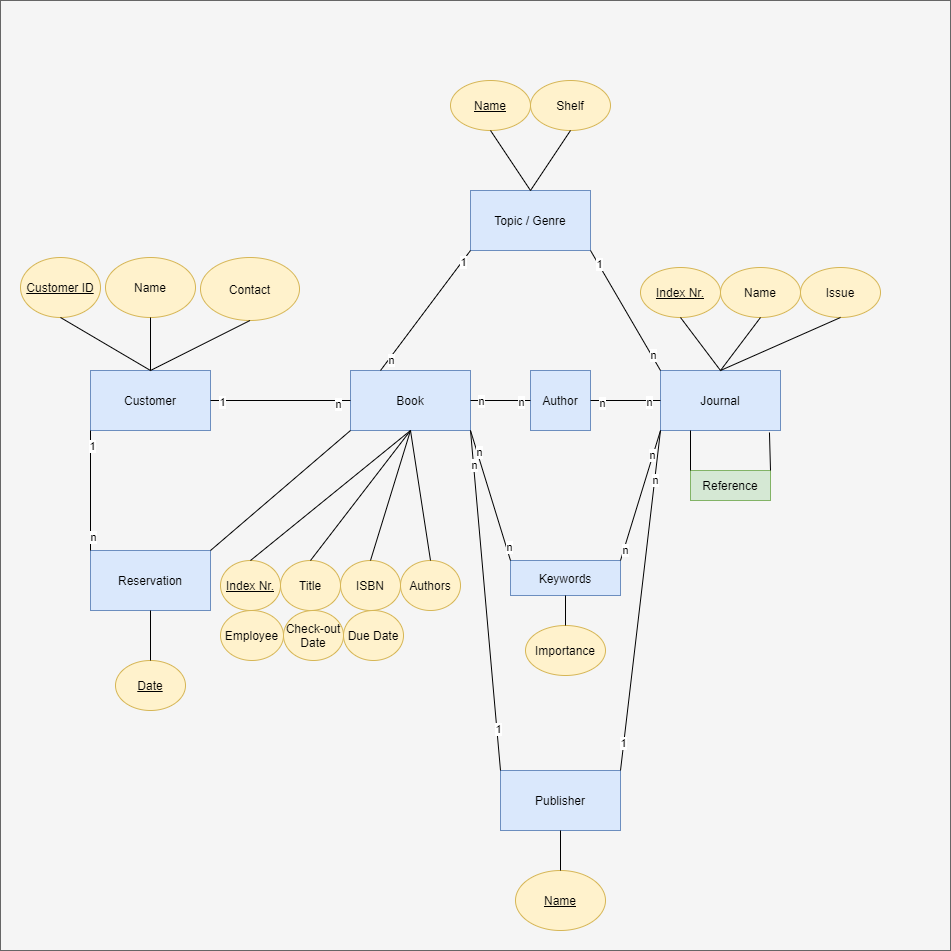
Earlier version of the draw.io export library.png (CODERS-BAY/library-erm-mightyllama). Source tidied: cells renumbered, new cells last; positions are measured from the earlier drawing's top-left corner, leaving out a move shared by most shapes.
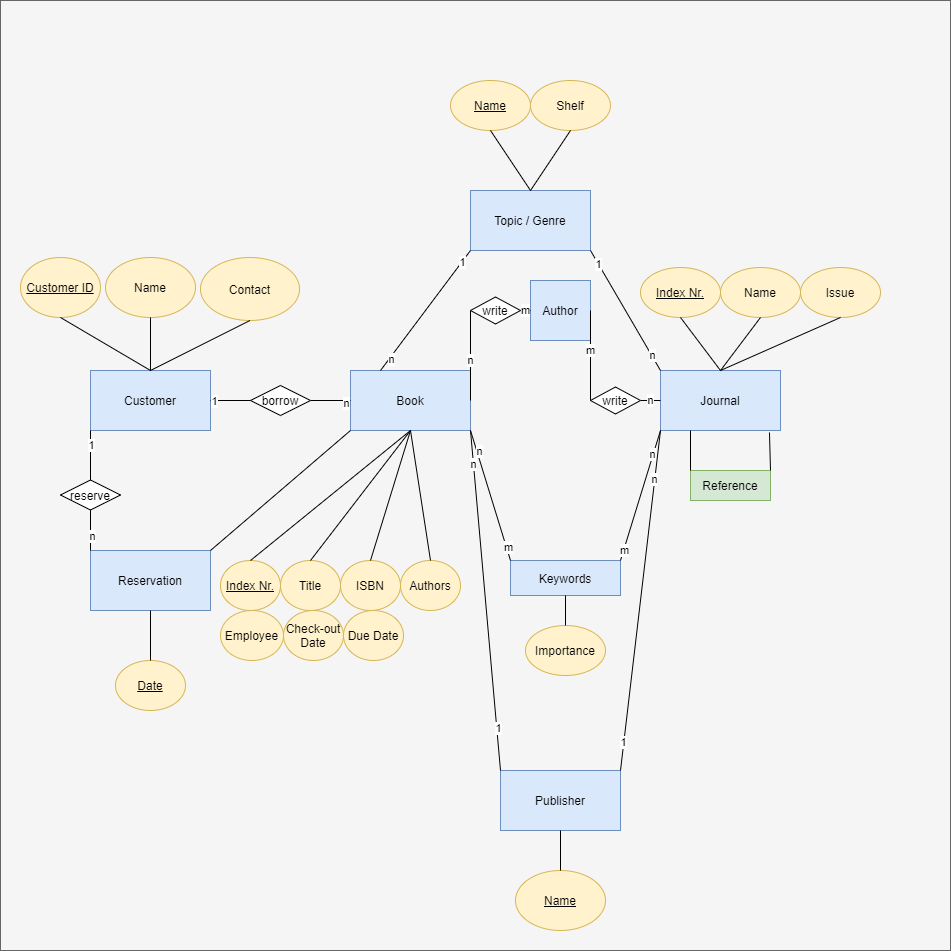
The same file after the commit.

The edit, as a diff of the source:
```diff
@@ -56,12 +56,9 @@
     <mxCell id="19" value="n" style="edgeLabel;html=1;align=center;verticalAlign=middle;" parent="17" vertex="1">
       <mxGeometry x="0.71" relative="1" as="geometry" />
     </mxCell>
-    <mxCell id="20" style="endArrow=none;html=1;exitX=1;exitY=0.5;exitDx=0;exitDy=0;" parent="1" edge="1" source="5" target="3">
+    <mxCell id="20" style="endArrow=none;html=1;exitX=1;exitY=0.5;exitDx=0;exitDy=0;" parent="1" edge="1" source="79" target="3">
       <mxGeometry relative="1" as="geometry" />
     </mxCell>
-    <mxCell id="21" value="1" style="edgeLabel;html=1;align=center;verticalAlign=middle;" parent="20" vertex="1">
-      <mxGeometry x="-0.84" y="-1" relative="1" as="geometry" />
-    </mxCell>
     <mxCell id="22" value="n" style="edgeLabel;html=1;align=center;verticalAlign=middle;" parent="20" vertex="1">
       <mxGeometry x="0.81" y="-3" relative="1" as="geometry" />
     </mxCell>
@@ -177,25 +174,23 @@
       <mxGeometry relative="1" as="geometry" />
     </mxCell>
     <mxCell id="58" value="Author" style="rounded=0;whiteSpace=wrap;html=1;fillColor=#dae8fc;strokeColor=#6c8ebf;" parent="1" vertex="1">
-      <mxGeometry x="530" y="370" width="60" height="60" as="geometry" />
+      <mxGeometry x="530" y="280" width="60" height="60" as="geometry" />
     </mxCell>
-    <mxCell id="59" style="endArrow=none;html=1;exitX=1;exitY=0.5;exitDx=0;exitDy=0;entryX=0;entryY=0.5;entryDx=0;entryDy=0;" parent="1" edge="1" source="3" target="58">
+    <mxCell id="59" style="endArrow=none;html=1;exitX=1;exitY=0.5;exitDx=0;exitDy=0;entryX=0;entryY=0.5;entryDx=0;entryDy=0;" parent="1" edge="1" source="82" target="58">
       <mxGeometry relative="1" as="geometry" />
     </mxCell>
-    <mxCell id="60" value="n" style="edgeLabel;html=1;align=center;verticalAlign=middle;" parent="59" vertex="1">
-      <mxGeometry x="0.67" y="-1" relative="1" as="geometry" />
+    <mxCell id="60" value="m" style="edgeLabel;html=1;align=center;verticalAlign=middle;" parent="59" vertex="1">
+      <mxGeometry x="0.67" y="-1" relative="1" as="geometry">
+        <mxPoint x="-3.6" y="-1" as="offset" />
+      </mxGeometry>
     </mxCell>
-    <mxCell id="61" value="n" style="edgeLabel;html=1;align=center;verticalAlign=middle;" parent="59" vertex="1">
-      <mxGeometry x="-0.67" relative="1" as="geometry" />
-    </mxCell>
-    <mxCell id="62" style="endArrow=none;html=1;exitX=1;exitY=0.5;exitDx=0;exitDy=0;entryX=0;entryY=0.5;entryDx=0;entryDy=0;" parent="1" edge="1" source="58" target="6">
+    <mxCell id="62" style="endArrow=none;html=1;exitX=1;exitY=0.5;exitDx=0;exitDy=0;entryX=0;entryY=0.5;entryDx=0;entryDy=0;" parent="1" edge="1" source="85" target="6">
       <mxGeometry relative="1" as="geometry" />
     </mxCell>
-    <mxCell id="63" value="n" style="edgeLabel;html=1;align=center;verticalAlign=middle;" parent="62" vertex="1">
-      <mxGeometry x="-0.69" y="-2" relative="1" as="geometry" />
-    </mxCell>
     <mxCell id="64" value="n" style="edgeLabel;html=1;align=center;verticalAlign=middle;" parent="62" vertex="1">
-      <mxGeometry x="0.66" y="-1" relative="1" as="geometry" />
+      <mxGeometry x="0.66" y="-1" relative="1" as="geometry">
+        <mxPoint x="-6.7" y="-1" as="offset" />
+      </mxGeometry>
     </mxCell>
     <mxCell id="65" value="Name" style="ellipse;whiteSpace=wrap;html=1;fillColor=#fff2cc;strokeColor=#d6b656;" parent="1" vertex="1">
       <mxGeometry x="720" y="267" width="80" height="50" as="geometry" />
@@ -229,7 +224,7 @@
     <mxCell id="74" value="n" style="edgeLabel;html=1;align=center;verticalAlign=middle;" parent="73" vertex="1">
       <mxGeometry x="0.67" y="-2" relative="1" as="geometry" />
     </mxCell>
-    <mxCell id="75" value="n" style="edgeLabel;html=1;align=center;verticalAlign=middle;" parent="73" vertex="1">
+    <mxCell id="75" value="m" style="edgeLabel;html=1;align=center;verticalAlign=middle;" parent="73" vertex="1">
       <mxGeometry x="-0.81" y="-2" relative="1" as="geometry" />
     </mxCell>
     <mxCell id="76" style="endArrow=none;html=1;exitX=1;exitY=0;exitDx=0;exitDy=0;entryX=0;entryY=1;entryDx=0;entryDy=0;" parent="1" edge="1" source="70" target="6">
@@ -240,8 +235,42 @@
         <mxPoint x="1" as="offset" />
       </mxGeometry>
     </mxCell>
-    <mxCell id="78" value="n" style="edgeLabel;html=1;align=center;verticalAlign=middle;" parent="76" vertex="1">
+    <mxCell id="78" value="m" style="edgeLabel;html=1;align=center;verticalAlign=middle;" parent="76" vertex="1">
       <mxGeometry x="-0.84" y="-1" relative="1" as="geometry" />
     </mxCell>
+    <mxCell id="79" value="borrow" style="rhombus;whiteSpace=wrap;html=1;" parent="1" vertex="1">
+      <mxGeometry x="250" y="385" width="60" height="30" as="geometry" />
+    </mxCell>
+    <mxCell id="80" style="endArrow=none;html=1;exitX=1;exitY=0.5;exitDx=0;exitDy=0;" parent="1" edge="1" source="5" target="79">
+      <mxGeometry relative="1" as="geometry" />
+    </mxCell>
+    <mxCell id="21" value="1" style="edgeLabel;html=1;align=center;verticalAlign=middle;" parent="80" vertex="1">
+      <mxGeometry x="-0.84" y="-1" relative="1" as="geometry" />
+    </mxCell>
+    <mxCell id="81" value="reserve" style="rhombus;whiteSpace=wrap;html=1;" parent="1" vertex="1">
+      <mxGeometry x="60" y="479.5" width="60" height="30" as="geometry" />
+    </mxCell>
+    <mxCell id="82" value="write" style="rhombus;whiteSpace=wrap;html=1;" parent="1" vertex="1">
+      <mxGeometry x="470" y="296.5" width="50" height="27" as="geometry" />
+    </mxCell>
+    <mxCell id="83" style="endArrow=none;html=1;exitX=1;exitY=0.5;exitDx=0;exitDy=0;entryX=0;entryY=0.5;entryDx=0;entryDy=0;" parent="1" edge="1" source="3" target="82">
+      <mxGeometry relative="1" as="geometry" />
+    </mxCell>
+    <mxCell id="84" value="n" style="edgeLabel;html=1;align=center;verticalAlign=middle;" parent="83" vertex="1">
+      <mxGeometry x="-0.67" relative="1" as="geometry">
+        <mxPoint y="-25.2" as="offset" />
+      </mxGeometry>
+    </mxCell>
+    <mxCell id="85" value="write" style="rhombus;whiteSpace=wrap;html=1;" parent="1" vertex="1">
+      <mxGeometry x="590" y="386.5" width="50" height="27" as="geometry" />
+    </mxCell>
+    <mxCell id="86" style="endArrow=none;html=1;exitX=1;exitY=0.5;exitDx=0;exitDy=0;entryX=0;entryY=0.5;entryDx=0;entryDy=0;" parent="1" edge="1" source="58" target="85">
+      <mxGeometry relative="1" as="geometry" />
+    </mxCell>
+    <mxCell id="87" value="m" style="edgeLabel;html=1;align=center;verticalAlign=middle;" parent="86" vertex="1">
+      <mxGeometry x="-0.69" y="-2" relative="1" as="geometry">
+        <mxPoint x="2" y="25.7" as="offset" />
+      </mxGeometry>
+    </mxCell>
   </root>
 </mxGraphModel>
```
